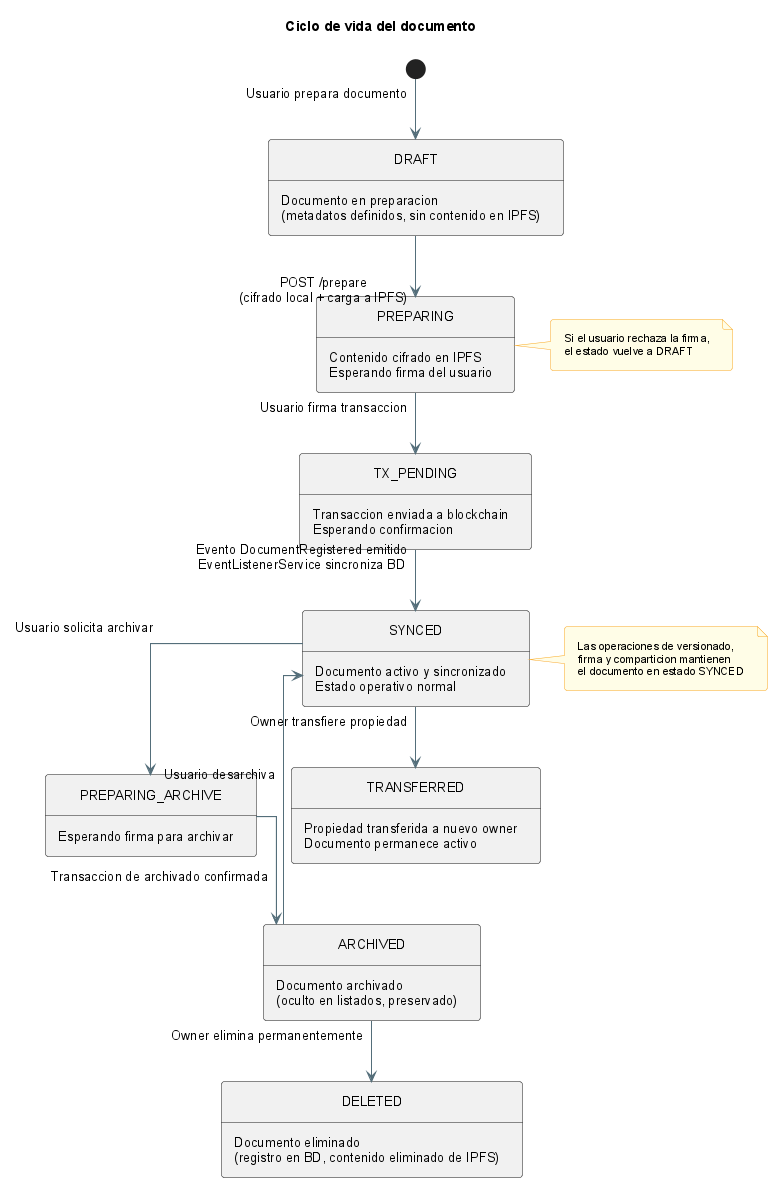
This is anexos/diagramas/state-document-lifecycle.png from ErDeivih/DocumentChain, a PlantUML export, as it was before one commit.
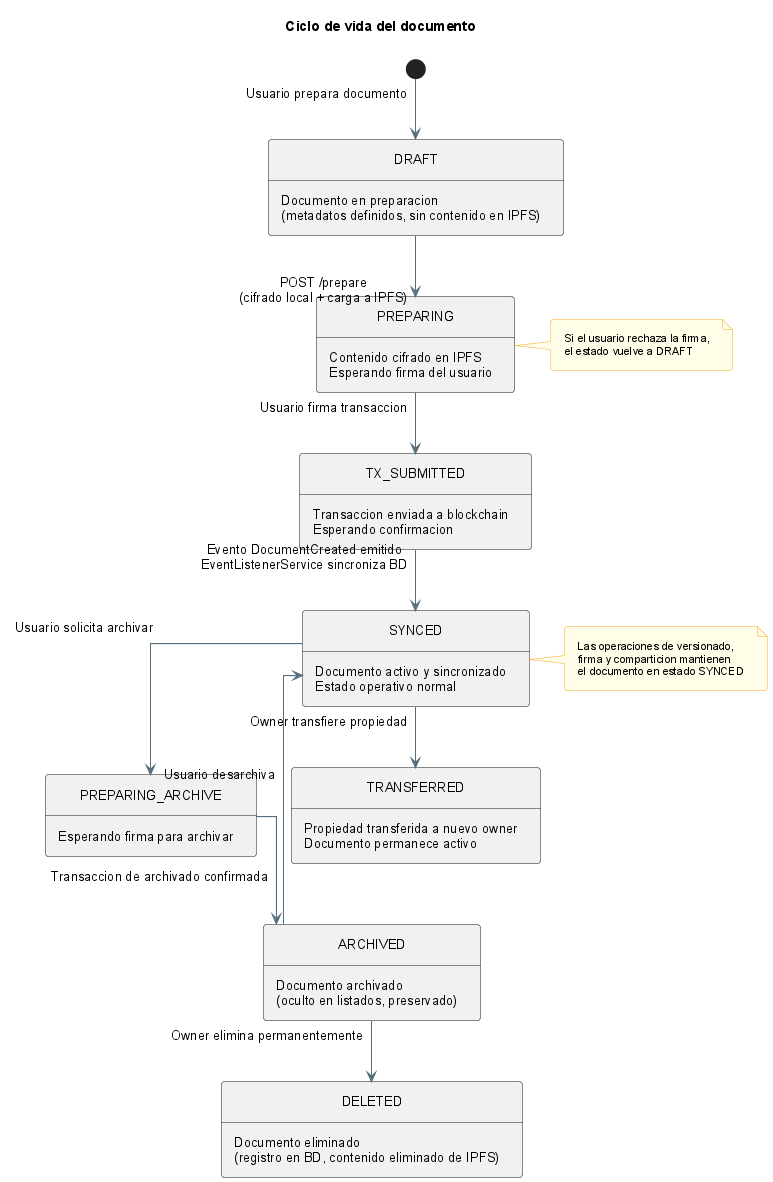
After the commit.

Change to the diagram source:
```diff
@@ -10,11 +10,11 @@
 
 state PREPARING : Contenido cifrado en IPFS\nEsperando firma del usuario
 
-PREPARING --> TX_PENDING : Usuario firma transaccion
+PREPARING --> TX_SUBMITTED : Usuario firma transaccion
 
-state TX_PENDING : Transaccion enviada a blockchain\nEsperando confirmacion
+state TX_SUBMITTED : Transaccion enviada a blockchain\nEsperando confirmacion
 
-TX_PENDING --> SYNCED : Evento DocumentRegistered emitido\nEventListenerService sincroniza BD
+TX_SUBMITTED --> SYNCED : Evento DocumentCreated emitido\nEventListenerService sincroniza BD
 
 state SYNCED : Documento activo y sincronizado\nEstado operativo normal
 
```
